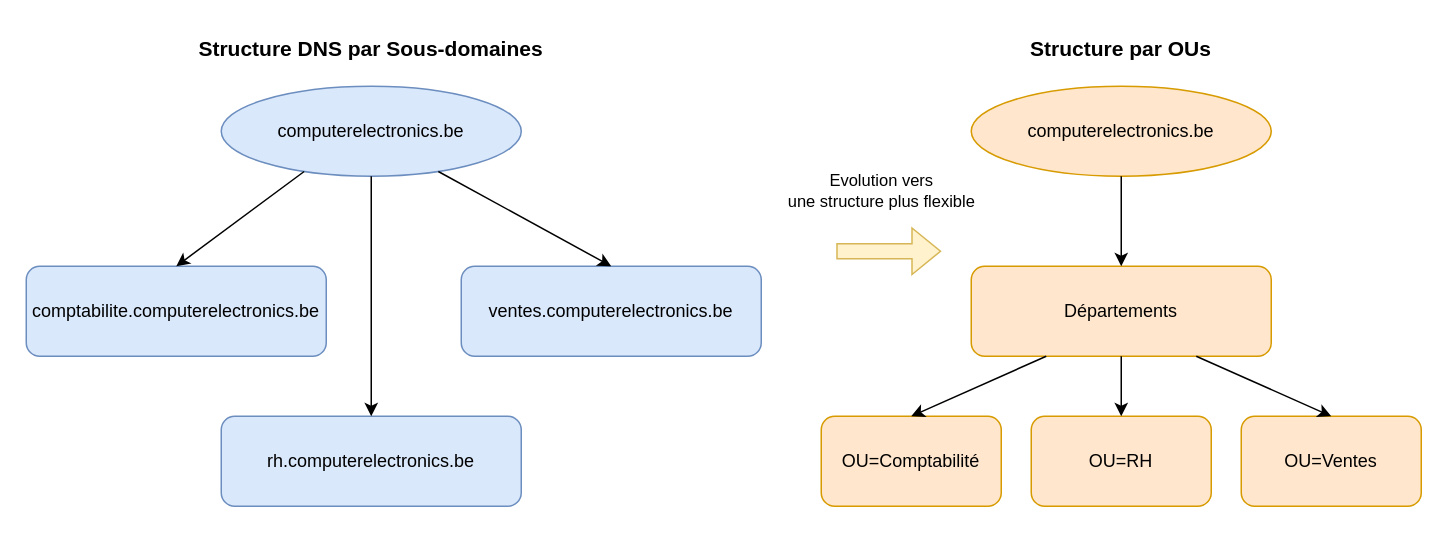
The draw.io diagram diagrams/dns_to_ou.drawio in choquitofrito/ActiveDirectory, before the edit. Source tidied: cells renumbered, new cells numbered last; positions are measured from the earlier drawing's top-left corner, leaving out a move shared by most shapes. Both pictures are drawn from the tidied source at 150%, with x=0, y=0 at pixel (26, 26).
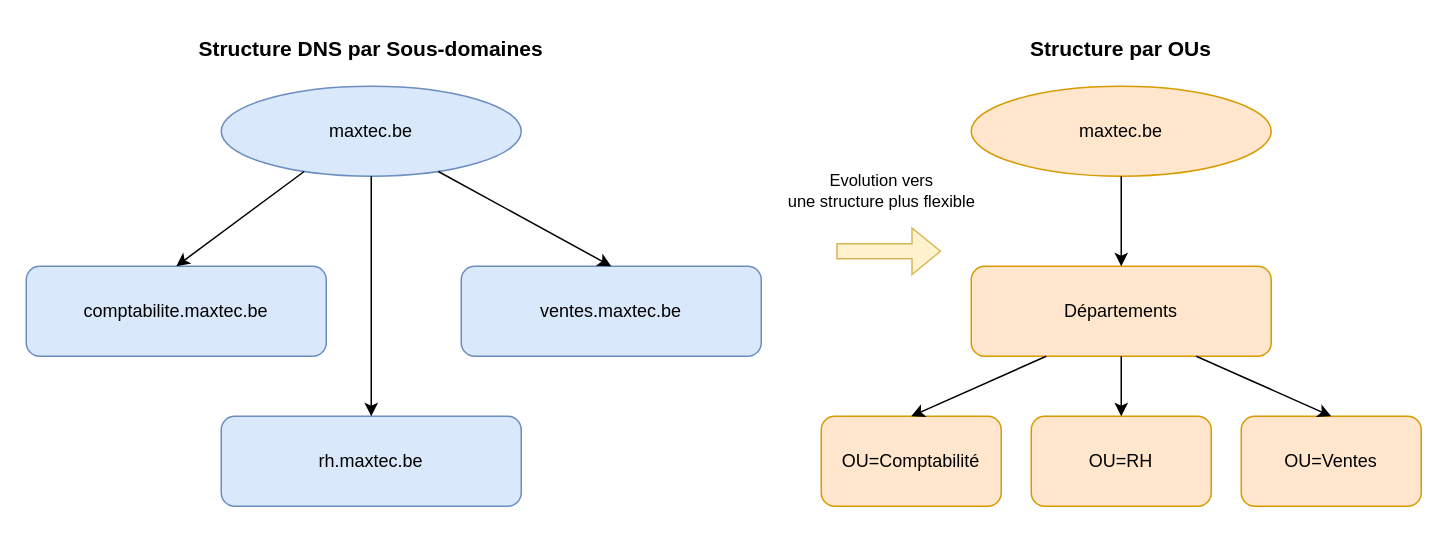
After the change.

Change to the diagram source:
```diff
@@
-    <mxCell id="3" value="computerelectronics.be" style="ellipse;whiteSpace=wrap;html=1;fillColor=#dae8fc;strokeColor=#6c8ebf;" parent="1" vertex="1">
+    <mxCell id="3" value="maxtec.be" style="ellipse;whiteSpace=wrap;html=1;fillColor=#dae8fc;strokeColor=#6c8ebf;" parent="1" vertex="1">
       <mxGeometry x="130" y="40" width="200" height="60" as="geometry" />
     </mxCell>
-    <mxCell id="4" value="comptabilite.computerelectronics.be" style="rounded=1;whiteSpace=wrap;html=1;fillColor=#dae8fc;strokeColor=#6c8ebf;" parent="1" vertex="1">
+    <mxCell id="4" value="comptabilite.maxtec.be" style="rounded=1;whiteSpace=wrap;html=1;fillColor=#dae8fc;strokeColor=#6c8ebf;" parent="1" vertex="1">
       <mxGeometry y="160" width="200" height="60" as="geometry" />
     </mxCell>
-    <mxCell id="5" value="rh.computerelectronics.be" style="rounded=1;whiteSpace=wrap;html=1;fillColor=#dae8fc;strokeColor=#6c8ebf;" parent="1" vertex="1">
+    <mxCell id="5" value="rh.maxtec.be" style="rounded=1;whiteSpace=wrap;html=1;fillColor=#dae8fc;strokeColor=#6c8ebf;" parent="1" vertex="1">
       <mxGeometry x="130" y="260" width="200" height="60" as="geometry" />
     </mxCell>
-    <mxCell id="6" value="ventes.computerelectronics.be" style="rounded=1;whiteSpace=wrap;html=1;fillColor=#dae8fc;strokeColor=#6c8ebf;" parent="1" vertex="1">
+    <mxCell id="6" value="ventes.maxtec.be" style="rounded=1;whiteSpace=wrap;html=1;fillColor=#dae8fc;strokeColor=#6c8ebf;" parent="1" vertex="1">
       <mxGeometry x="290" y="160" width="200" height="60" as="geometry" />
     </mxCell>
@@
-    <mxCell id="11" value="computerelectronics.be" style="ellipse;whiteSpace=wrap;html=1;fillColor=#ffe6cc;strokeColor=#d79b00;" parent="1" vertex="1">
+    <mxCell id="11" value="maxtec.be" style="ellipse;whiteSpace=wrap;html=1;fillColor=#ffe6cc;strokeColor=#d79b00;" parent="1" vertex="1">
       <mxGeometry x="630" y="40" width="200" height="60" as="geometry" />
     </mxCell>
```
